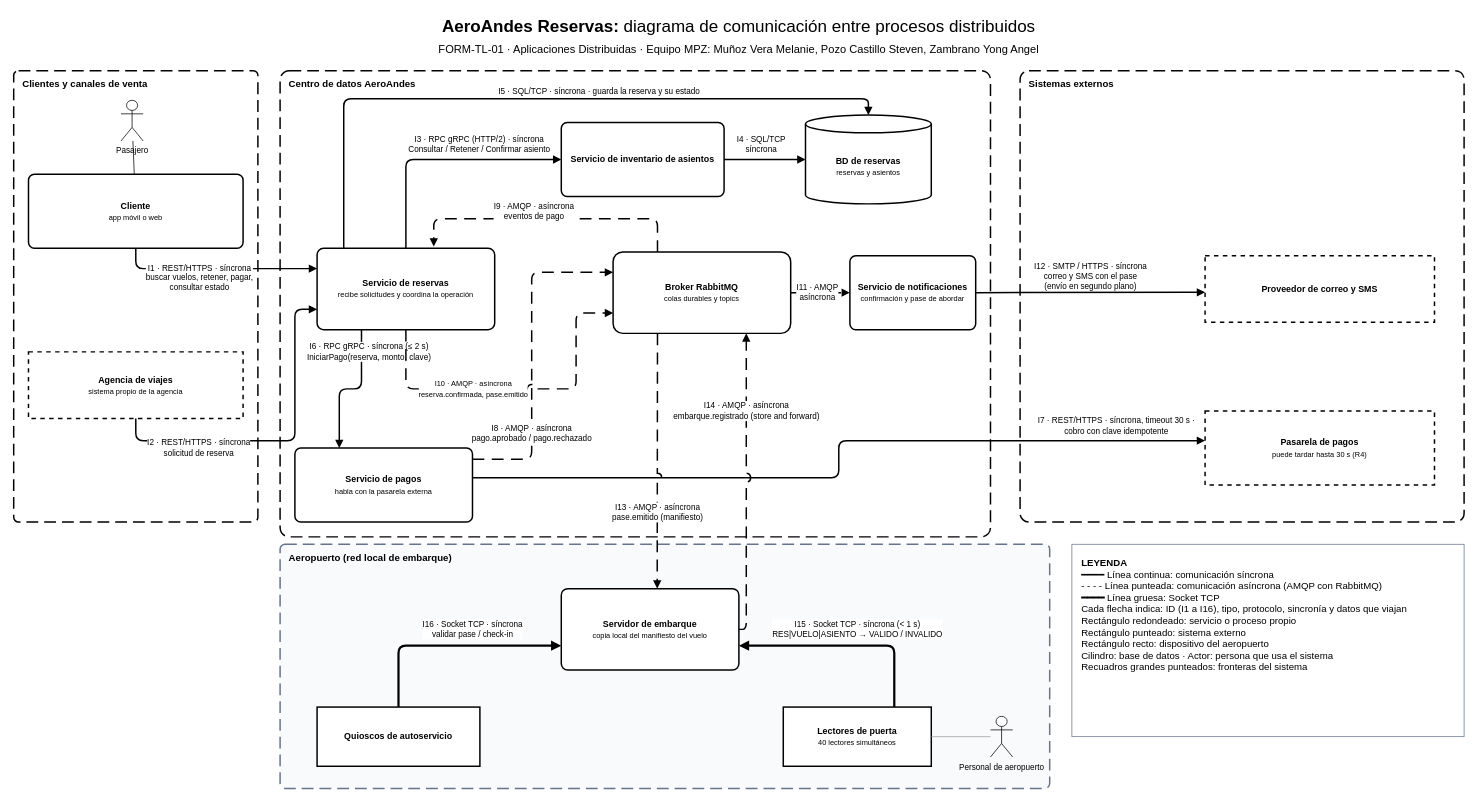
Earlier version of the draw.io diagram Diagrama AeroAndes_comunicacion MPZ.drawio (iMouraad/APPD_MPZ). Source tidied: cells renumbered, new cells numbered last; positions are measured from the earlier drawing's top-left corner, leaving out a move shared by most shapes. Both pictures are drawn from the tidied source at 74%, with x=0, y=0 at pixel (13, 13).
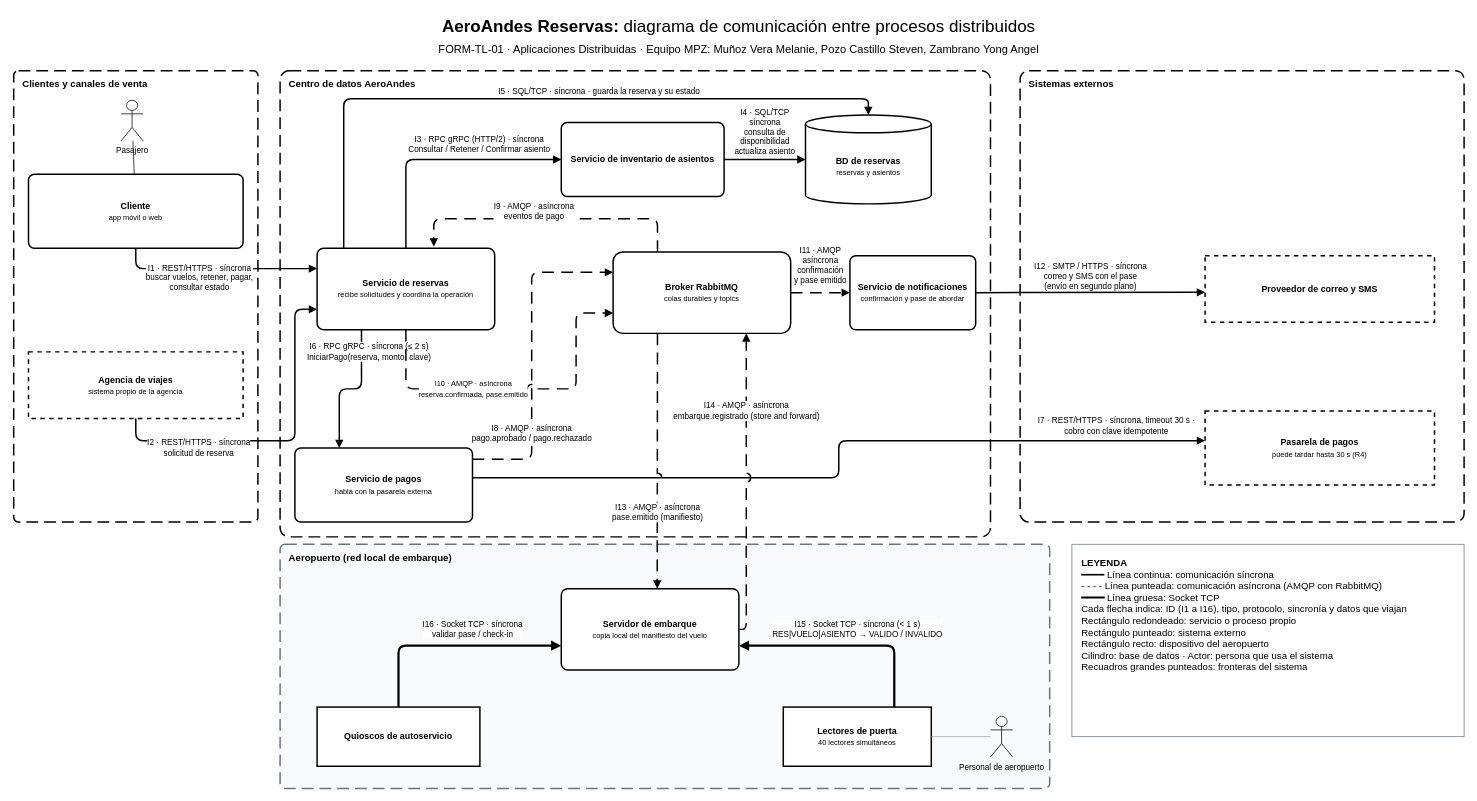
The same diagram, later.

Commit message (it also covers changes not shown here):
Mejoré las justificaciones y corregí el diagrama

The change refers to these unchanged cells:
```xml
<mxCell id="10" value="&lt;br&gt;&lt;b&gt;Servicio de inventario de asientos&lt;/b&gt;&lt;div&gt;&lt;br&gt;&lt;/div&gt;" style="rounded=1;arcSize=8;whiteSpace=wrap;html=1;strokeWidth=2;fontSize=12;fontColor=#000000;" parent="1" vertex="1">
  <mxGeometry x="740" y="148" width="220" height="100" as="geometry" />
</mxCell>
<mxCell id="11" value="&lt;b&gt;BD de reservas&lt;/b&gt;&lt;br&gt;&lt;font style=&quot;font-size:10px&quot;&gt;reservas y asientos&lt;/font&gt;" style="shape=cylinder3;whiteSpace=wrap;html=1;boundedLbl=1;backgroundOutline=1;size=12;strokeWidth=2;fontSize=12;fontColor=#000000;" parent="1" vertex="1">
  <mxGeometry x="1070" y="138" width="170" height="120" as="geometry" />
</mxCell>
<mxCell id="13" value="&lt;b&gt;Broker RabbitMQ&lt;/b&gt;&lt;br&gt;&lt;font style=&quot;font-size:10px&quot;&gt;colas durables y topics&lt;/font&gt;" style="rounded=1;arcSize=12;whiteSpace=wrap;html=1;strokeWidth=2;fontSize=12;fontColor=#000000;" parent="1" vertex="1">
  <mxGeometry x="810" y="323" width="240" height="110" as="geometry" />
</mxCell>
<mxCell id="14" value="&lt;b&gt;Servicio de notificaciones&lt;/b&gt;&lt;br&gt;&lt;font style=&quot;font-size:10px&quot;&gt;confirmación y pase de abordar&lt;/font&gt;" style="rounded=1;arcSize=8;whiteSpace=wrap;html=1;strokeWidth=2;fontSize=12;fontColor=#000000;" parent="1" vertex="1">
  <mxGeometry x="1130" y="328" width="170" height="100" as="geometry" />
</mxCell>
```

What changed in the source:
```diff
@@
-    <mxCell id="26" value="I4 · SQL/TCP&lt;br&gt;síncrona" style="strokeWidth=2;fontColor=#000000;edgeStyle=orthogonalEdgeStyle;rounded=1;html=1;jumpStyle=arc;jumpSize=10;fontSize=11;labelBackgroundColor=#ffffff;endArrow=block;endFill=1;exitX=1;exitY=0.5;exitDx=0;exitDy=0;entryX=0;entryY=0.5;entryDx=0;entryDy=0;" parent="1" edge="1" source="10" target="11">
-      <mxGeometry x="-0.09" y="20" relative="1" as="geometry" />
+    <mxCell id="26" value="I4 · SQL/TCP&lt;br&gt;síncrona&lt;br&gt;consulta de&lt;br&gt;disponibilidad&lt;br&gt;actualiza asiento" style="strokeWidth=2;fontColor=#000000;edgeStyle=orthogonalEdgeStyle;rounded=1;html=1;jumpStyle=arc;jumpSize=10;fontSize=11;labelBackgroundColor=#ffffff;endArrow=block;endFill=1;exitX=1;exitY=0.5;exitDx=0;exitDy=0;entryX=0;entryY=0.5;entryDx=0;entryDy=0;" parent="1" edge="1" source="10" target="11">
+      <mxGeometry y="37" relative="1" as="geometry" />
     </mxCell>
@@
-    <mxCell id="33" value="I11 · AMQP&lt;br&gt;asíncrona" style="strokeWidth=2;dashed=1;dashPattern=8 5;fontColor=#000000;edgeStyle=orthogonalEdgeStyle;rounded=1;html=1;jumpStyle=arc;jumpSize=10;fontSize=11;labelBackgroundColor=#ffffff;endArrow=block;endFill=1;exitX=1;exitY=0.5;exitDx=0;exitDy=0;entryX=0;entryY=0.5;entryDx=0;entryDy=0;" parent="1" edge="1" source="13" target="14">
-      <mxGeometry x="-0.09" relative="1" as="geometry" />
+    <mxCell id="33" value="I11 · AMQP&lt;br&gt;asíncrona&lt;br&gt;confirmación&lt;br&gt;y pase emitido" style="strokeWidth=2;dashed=1;dashPattern=8 5;fontColor=#000000;edgeStyle=orthogonalEdgeStyle;rounded=1;html=1;jumpStyle=arc;jumpSize=10;fontSize=11;labelBackgroundColor=#ffffff;endArrow=block;endFill=1;exitX=1;exitY=0.5;exitDx=0;exitDy=0;entryX=0;entryY=0.5;entryDx=0;entryDy=0;" parent="1" edge="1" source="13" target="14">
+      <mxGeometry y="37" relative="1" as="geometry" />
     </mxCell>
```
